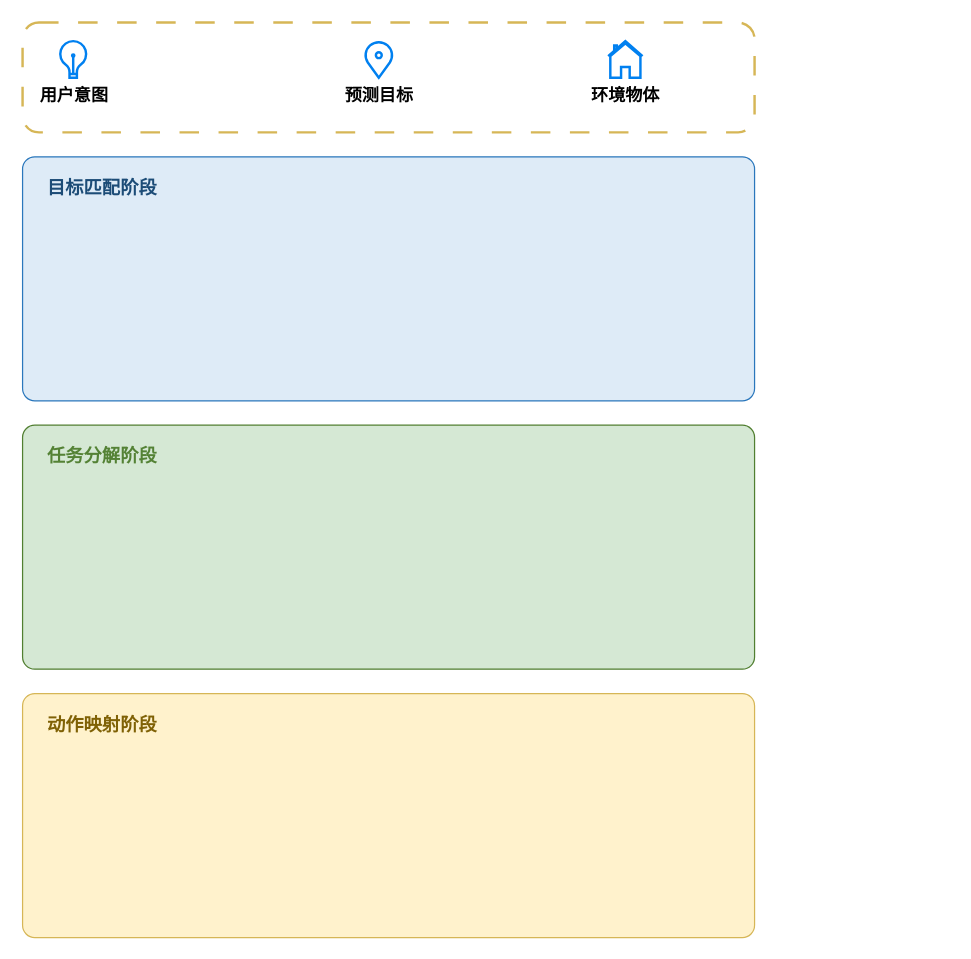
This is 多阶段转化的动作自适应方法.drawio from Rinco1018/project_test, a draw.io file, before an edit. Source tidied: cells renumbered, new cells numbered last; positions are measured from the earlier drawing's top-left corner, leaving out a move shared by most shapes. Both pictures are drawn from the tidied source at 122%, with x=0, y=0 at pixel (22, 22). Pictures stored in the file or linked from it are replaced by grey dashed boxes.
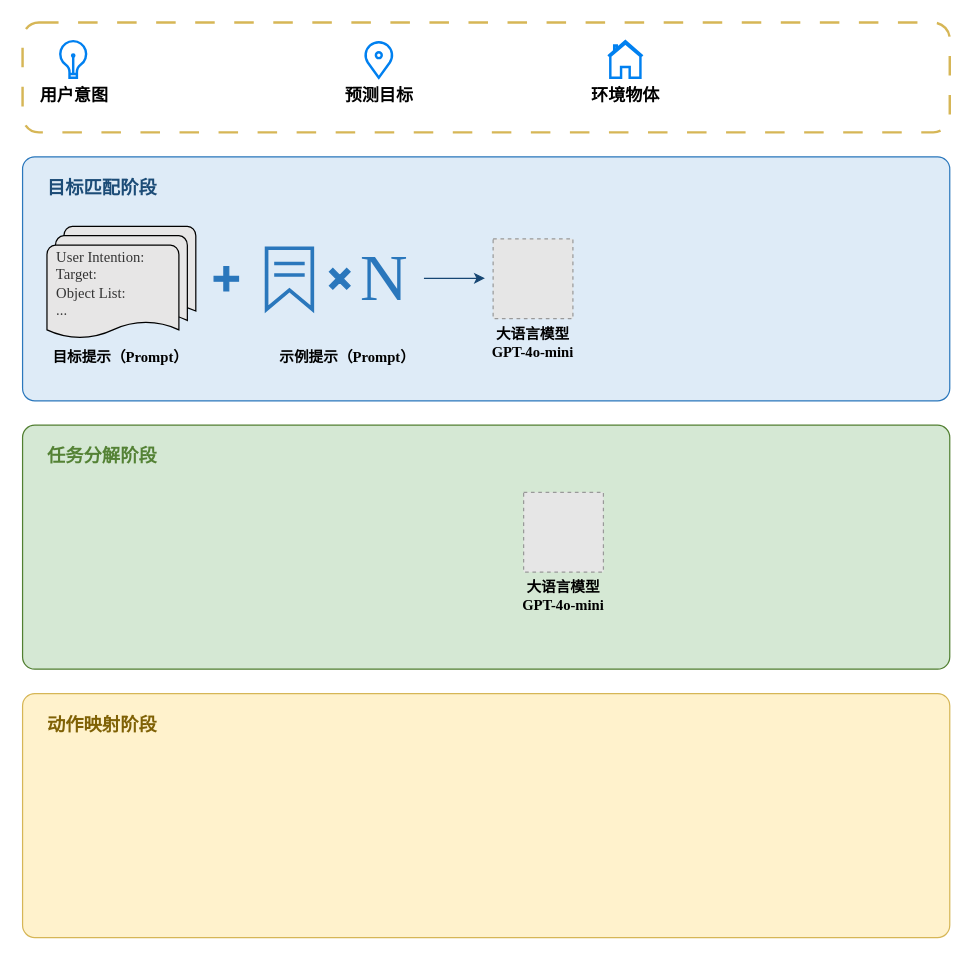
Above is the later version.

Commit message:
更新多阶段转化的动作自适应方法.drawio

Change to the diagram source:
```diff
@@
     <mxCell id="2" style="rounded=1;whiteSpace=wrap;html=1;fillColor=none;strokeColor=#d6b656;dashed=1;dashPattern=8 8;strokeWidth=2;" parent="1" vertex="1">
-      <mxGeometry width="600" height="90" as="geometry" />
+      <mxGeometry width="760" height="90" as="geometry" />
     </mxCell>
@@
     <mxCell id="6" style="rounded=1;arcSize=5;whiteSpace=wrap;html=1;fillColor=light-dark(#deebf7, #1d293b);strokeColor=light-dark(#2a77bc, #5c79a3);" parent="1" vertex="1">
-      <mxGeometry y="110" width="600" height="200" as="geometry" />
+      <mxGeometry y="110" width="760" height="200" as="geometry" />
     </mxCell>
+    <mxCell id="13" value="&lt;font style=&quot;font-size: 54px; color: light-dark(rgb(42, 119, 188), rgb(237, 237, 237));&quot; face=&quot;Times New Roman&quot;&gt;N&lt;/font&gt;" style="text;html=1;align=center;verticalAlign=middle;strokeColor=none;fillColor=none;" parent="6" vertex="1">
+      <mxGeometry x="267" y="61.5" width="57" height="77" as="geometry" />
+    </mxCell>
+    <mxCell id="14" style="edgeStyle=orthogonalEdgeStyle;rounded=1;orthogonalLoop=1;jettySize=auto;html=1;fillColor=#1ba1e2;strokeColor=light-dark(#164673, #51afe7);curved=0;textShadow=1;" parent="6" edge="1">
+      <mxGeometry relative="1" as="geometry">
+        <mxPoint x="329" y="99.6" as="sourcePoint" />
+        <mxPoint x="379" y="99.6" as="targetPoint" />
+      </mxGeometry>
+    </mxCell>
+    <mxCell id="15" style="group;" parent="6" vertex="1">
+      <mxGeometry x="375" y="52.3" width="99.9" height="120.4" as="geometry" />
+    </mxCell>
+    <mxCell id="16" style="group;" parent="15" vertex="1">
+      <mxGeometry width="99.9" height="120.4" as="geometry" />
+    </mxCell>
+    <mxCell id="17" style="group;fontStyle=0;strokeWidth=2;" parent="16" vertex="1">
+      <mxGeometry width="99.9" height="120.4" as="geometry" />
+    </mxCell>
+    <mxCell id="18" value="&lt;b&gt;&lt;font face=&quot;Times New Roman&quot;&gt;大语言模型&lt;/font&gt;&lt;/b&gt;&lt;div&gt;&lt;b&gt;&lt;font face=&quot;Times New Roman&quot;&gt;GPT-4o-mini&lt;/font&gt;&lt;/b&gt;&lt;/div&gt;" style="text;html=1;align=center;verticalAlign=middle;strokeColor=none;fillColor=none;" parent="17" vertex="1">
+      <mxGeometry x="-1.6" y="80.4" width="90" height="40" as="geometry" />
+    </mxCell>
+    <mxCell id="19" style="fillColor=#E6E6E6;strokeColor=#999999;dashed=1;html=1;verticalAlign=top;verticalLabelPosition=bottom;labelBackgroundColor=#ffffff;" parent="15" vertex="1">
+      <mxGeometry x="10.7" y="15" width="65.4" height="65.4" as="geometry" />
+    </mxCell>
+    <mxCell id="20" style="shape=cross;whiteSpace=wrap;html=1;fillColor=light-dark(#2a77bc, #ededed);strokeColor=light-dark(#2a77bc, #ededed);" parent="6" vertex="1">
+      <mxGeometry x="157" y="90" width="20" height="20" as="geometry" />
+    </mxCell>
     <mxCell id="7" style="rounded=1;arcSize=5;whiteSpace=wrap;html=1;fillColor=#d5e8d4;strokeColor=light-dark(#517f31, #446e2c);" parent="1" vertex="1">
-      <mxGeometry y="330" width="600" height="200" as="geometry" />
+      <mxGeometry y="330" width="760" height="200" as="geometry" />
     </mxCell>
@@
     <mxCell id="11" style="rounded=1;arcSize=5;whiteSpace=wrap;html=1;fillColor=#fff2cc;strokeColor=#d6b656;" parent="1" vertex="1">
-      <mxGeometry y="550" width="600" height="200" as="geometry" />
+      <mxGeometry y="550" width="760" height="200" as="geometry" />
     </mxCell>
@@
+    <mxCell id="21" style="group;align=left;" parent="1" vertex="1">
+      <mxGeometry x="30" y="150" width="115.5" height="145" as="geometry" />
+    </mxCell>
+    <mxCell id="22" value="&lt;b&gt;&lt;font face=&quot;Times New Roman&quot;&gt;目标提示（Prompt）&lt;/font&gt;&lt;/b&gt;" style="text;html=1;align=center;verticalAlign=middle;strokeColor=none;fillColor=none;" parent="21" vertex="1">
+      <mxGeometry x="-15" y="110" width="130" height="30" as="geometry" />
+    </mxCell>
+    <mxCell id="23" value="&lt;div style=&quot;color: rgb(51, 51, 51);&quot;&gt;&lt;span style=&quot;background-color: transparent; color: light-dark(rgb(51, 51, 51), rgb(193, 193, 193));&quot;&gt;&lt;font face=&quot;Times New Roman&quot;&gt;&amp;nbsp; User Intention:&lt;/font&gt;&lt;/span&gt;&lt;/div&gt;&lt;div style=&quot;color: rgb(51, 51, 51);&quot;&gt;&lt;span style=&quot;background-color: transparent; color: light-dark(rgb(51, 51, 51), rgb(193, 193, 193));&quot;&gt;&lt;font face=&quot;Times New Roman&quot;&gt;&amp;nbsp; Target:&lt;/font&gt;&lt;/span&gt;&lt;/div&gt;&lt;div style=&quot;color: rgb(51, 51, 51);&quot;&gt;&lt;font face=&quot;Times New Roman&quot;&gt;&amp;nbsp; Object List:&lt;/font&gt;&lt;/div&gt;&lt;div style=&quot;color: rgb(51, 51, 51);&quot;&gt;&lt;font face=&quot;Times New Roman&quot;&gt;&amp;nbsp; ...&lt;/font&gt;&lt;/div&gt;" style="strokeWidth=1;html=1;shape=mxgraph.flowchart.multi-document;whiteSpace=wrap;align=left;fillColor=light-dark(#e7e6e6, #ededed);" parent="21" vertex="1">
+      <mxGeometry x="-10" y="17" width="122" height="93" as="geometry" />
+    </mxCell>
+    <mxCell id="24" style="group;" parent="1" vertex="1">
+      <mxGeometry x="400" y="370" width="99.9" height="120.4" as="geometry" />
+    </mxCell>
+    <mxCell id="25" style="group;" parent="24" vertex="1">
+      <mxGeometry width="99.9" height="120.4" as="geometry" />
+    </mxCell>
+    <mxCell id="26" style="group;fontStyle=0;strokeWidth=2;" parent="25" vertex="1">
+      <mxGeometry width="99.9" height="120.4" as="geometry" />
+    </mxCell>
+    <mxCell id="27" value="&lt;b&gt;&lt;font face=&quot;Times New Roman&quot;&gt;大语言模型&lt;/font&gt;&lt;/b&gt;&lt;div&gt;&lt;b&gt;&lt;font face=&quot;Times New Roman&quot;&gt;GPT-4o-mini&lt;/font&gt;&lt;/b&gt;&lt;/div&gt;" style="text;html=1;align=center;verticalAlign=middle;strokeColor=none;fillColor=none;" parent="26" vertex="1">
+      <mxGeometry x="-1.6" y="80.4" width="90" height="40" as="geometry" />
+    </mxCell>
+    <mxCell id="28" style="fillColor=#E6E6E6;strokeColor=#999999;dashed=1;html=1;verticalAlign=top;verticalLabelPosition=bottom;labelBackgroundColor=#ffffff;" parent="24" vertex="1">
+      <mxGeometry x="10.7" y="15" width="65.4" height="65.4" as="geometry" />
+    </mxCell>
+    <mxCell id="29" value="&lt;b&gt;&lt;font face=&quot;Times New Roman&quot;&gt;示例提示（Prompt）&lt;/font&gt;&lt;/b&gt;" style="text;html=1;align=center;verticalAlign=middle;strokeColor=none;fillColor=none;" parent="1" vertex="1">
+      <mxGeometry x="201" y="262" width="129" height="26" as="geometry" />
+    </mxCell>
+    <mxCell id="30" style="html=1;verticalLabelPosition=bottom;align=center;labelBackgroundColor=#ffffff;verticalAlign=top;strokeWidth=3;strokeColor=light-dark(#2a77bc, #32a0ff);shadow=0;dashed=0;shape=mxgraph.ios7.icons.bookmark;fillColor=none;" parent="1" vertex="1">
+      <mxGeometry x="200" y="185" width="37.5" height="50" as="geometry" />
+    </mxCell>
+    <mxCell id="31" style="shape=cross;whiteSpace=wrap;html=1;fillColor=light-dark(#2a77bc, #ededed);strokeColor=light-dark(#2a77bc, #ededed);rotation=45;" parent="1" vertex="1">
+      <mxGeometry x="250" y="200" width="20" height="20" as="geometry" />
+    </mxCell>
```
